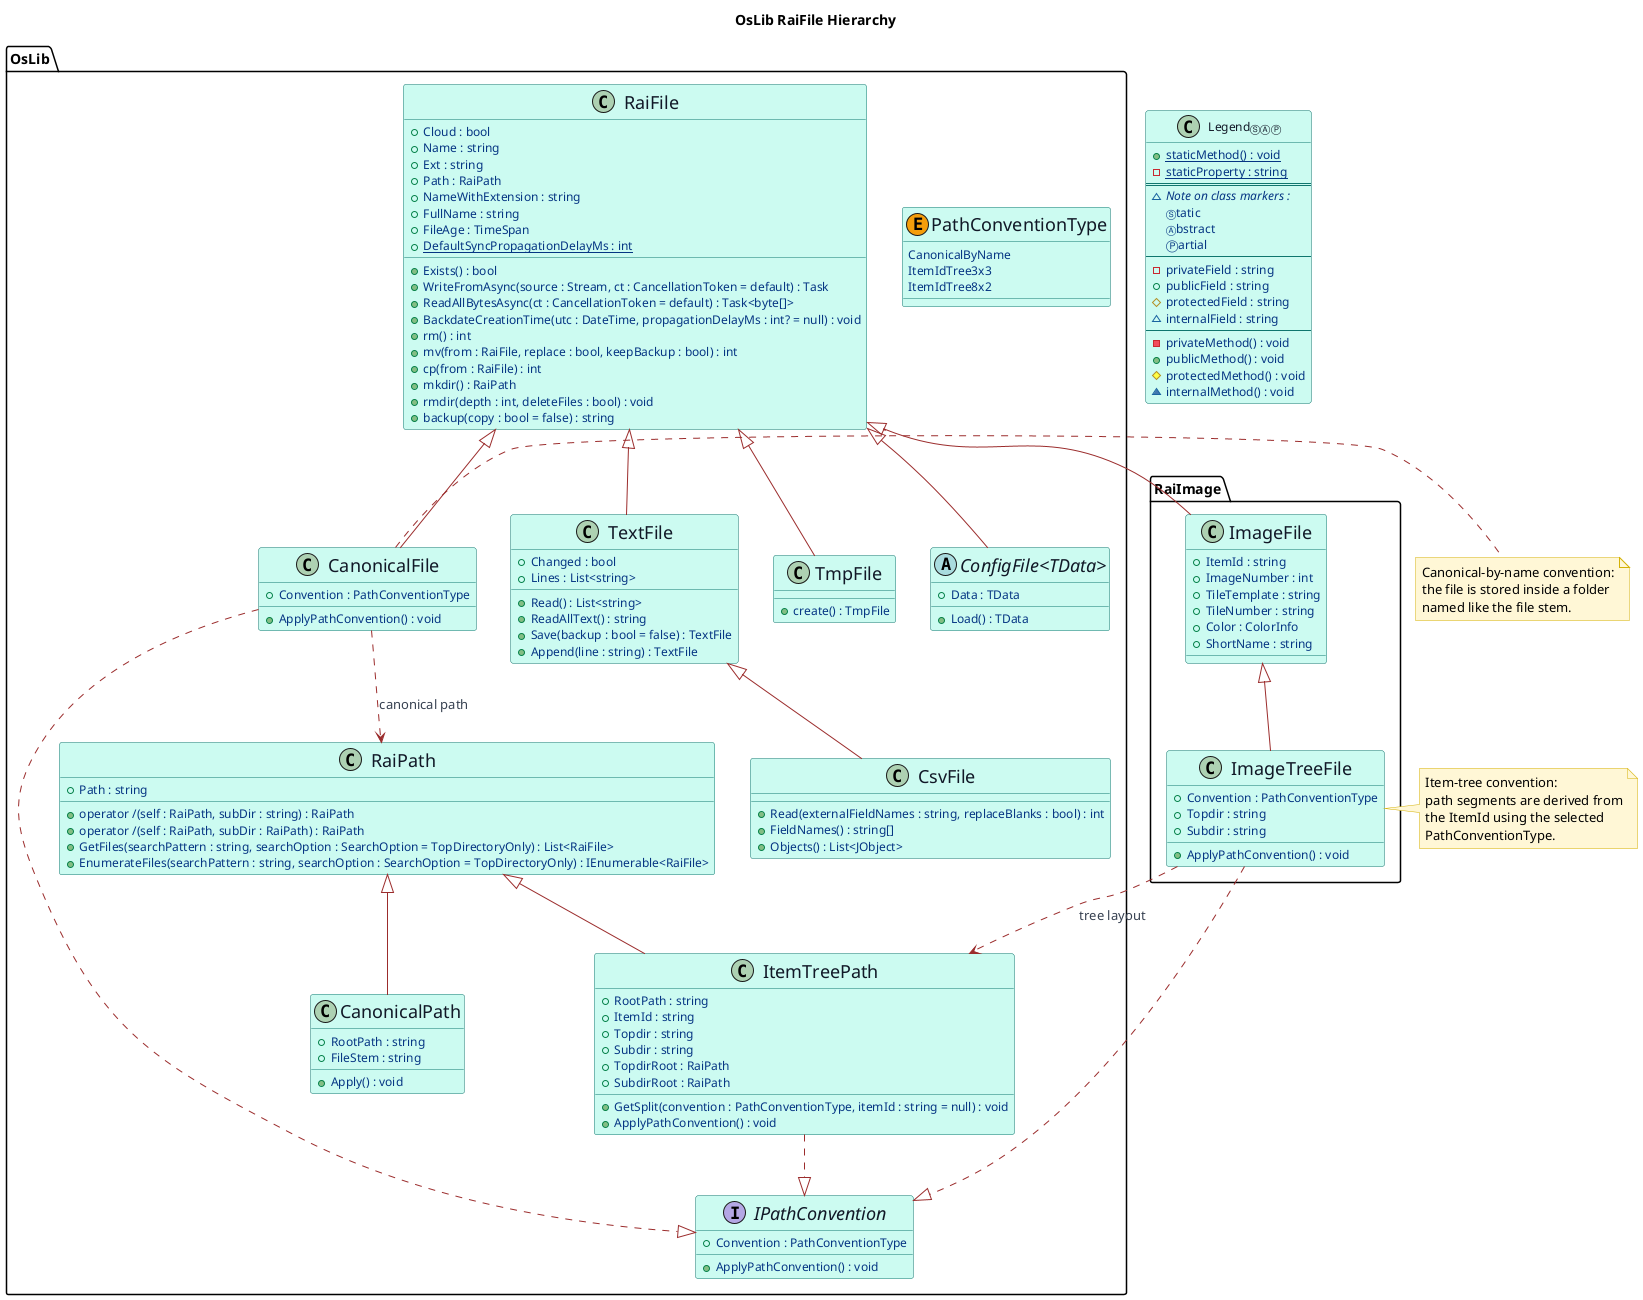
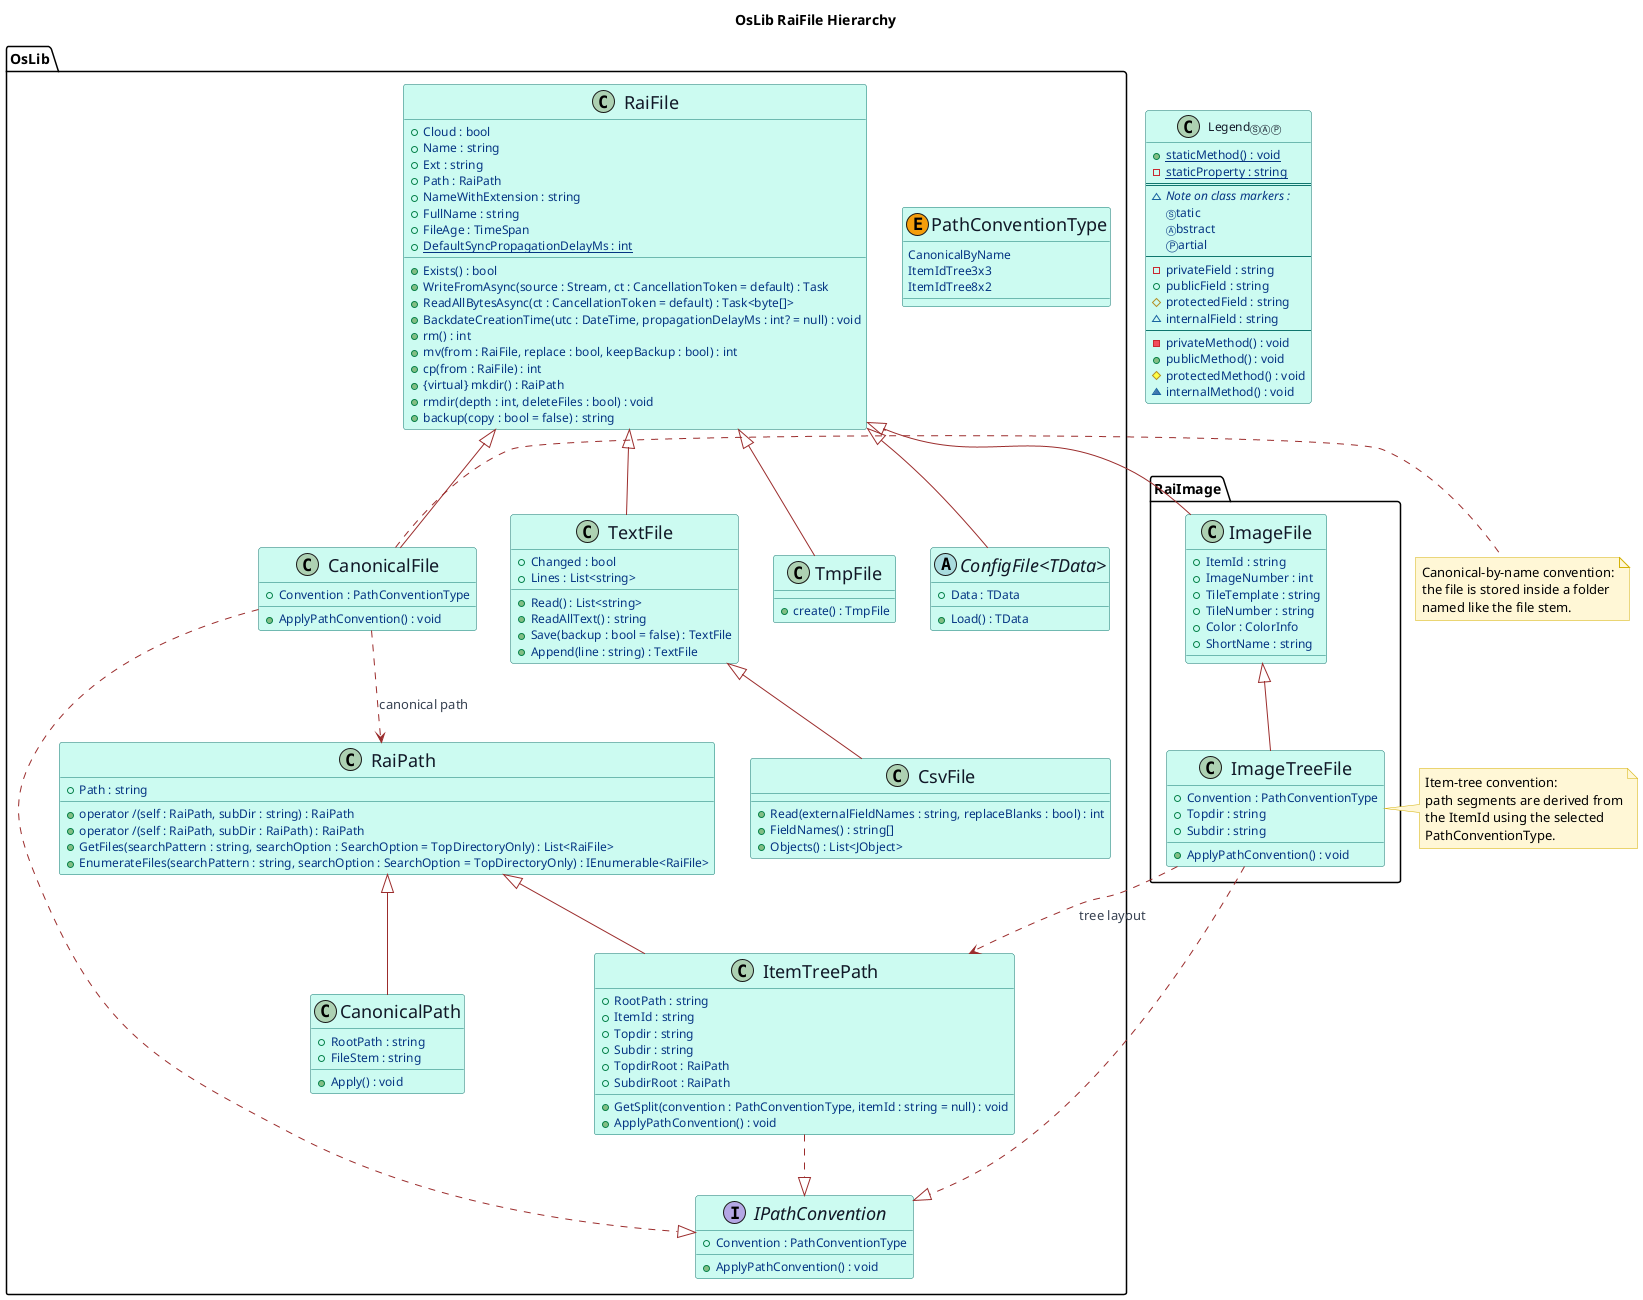
@startuml OsLib-RaiFile-Hierarchy
- ' Release: 3.8.0
+ ' Release: 3.8.1

title OsLib RaiFile Hierarchy

skinparam backgroundColor white
skinparam shadowing false
skinparam DiagramFontName "Casual"
skinparam DiagramFontSize 36
skinparam ClassFontName "Casual"
skinparam ClassFontSize 36
skinparam ClassAttributeIconSize 10
skinparam ClassAttributeFontName Casual
skinparam ClassAttributeFontColor #053583
skinparam ClassAttributeFontWeight normal
skinparam ClassAttributeFontSize 12
skinparam ClassMethodFontName "Casual"
skinparam ClassMethodFontSize 12
skinparam ClassMethodFontWeight 500
skinparam ClassAttributeFontStyle normal
skinparam ClassBorderColor #0f766e
skinparam ClassBackgroundColor #ccfbf1
skinparam ClassFontColor #111827
skinparam EnumBorderColor #b45309
skinparam EnumBackgroundColor #fef3c7
skinparam EnumFontColor #7c2d12
skinparam NoteBackgroundColor #fff7d6
skinparam NoteBorderColor #d4b106
skinparam ArrowColor #9b2c2c
skinparam ArrowFontColor #374151
skinparam ArrowFontName "Casual"

show fields
show methods

package "OsLib" {
	interface "<size:18>IPathConvention</size>" as IPathConvention {
		+Convention : PathConventionType
		+ApplyPathConvention() : void
	}

	enum "<size:18>PathConventionType</size>" as PathConventionType << (E,#f59e0b) >> {
		CanonicalByName
		ItemIdTree3x3
		ItemIdTree8x2
	}

	class "<size:18>RaiPath</size>" as RaiPath {
		+Path : string
		+operator /(self : RaiPath, subDir : string) : RaiPath
		+operator /(self : RaiPath, subDir : RaiPath) : RaiPath
		+GetFiles(searchPattern : string, searchOption : SearchOption = TopDirectoryOnly) : List<RaiFile>
		+EnumerateFiles(searchPattern : string, searchOption : SearchOption = TopDirectoryOnly) : IEnumerable<RaiFile>
	}

	class "<size:18>CanonicalPath</size>" as CanonicalPath {
		+RootPath : string
		+FileStem : string
		+Apply() : void
	}

	class "<size:18>ItemTreePath</size>" as ItemTreePath {
		+RootPath : string
		+ItemId : string
		+Topdir : string
		+Subdir : string
		+TopdirRoot : RaiPath
		+SubdirRoot : RaiPath
		+GetSplit(convention : PathConventionType, itemId : string = null) : void
		+ApplyPathConvention() : void
	}

	class "<size:18>RaiFile</size>" as RaiFile {
		+Cloud : bool
		+Name : string
		+Ext : string
		+Path : RaiPath
		+NameWithExtension : string
		+FullName : string
		+FileAge : TimeSpan
		+{static} DefaultSyncPropagationDelayMs : int
		+Exists() : bool
		+WriteFromAsync(source : Stream, ct : CancellationToken = default) : Task
		+ReadAllBytesAsync(ct : CancellationToken = default) : Task<byte[]>
		+BackdateCreationTime(utc : DateTime, propagationDelayMs : int? = null) : void
		+rm() : int
		+mv(from : RaiFile, replace : bool, keepBackup : bool) : int
		+cp(from : RaiFile) : int
- 		+mkdir() : RaiPath
+ 		+{virtual} mkdir() : RaiPath
		+rmdir(depth : int, deleteFiles : bool) : void
		+backup(copy : bool = false) : string
	}

	class "<size:18>TextFile</size>" as TextFile {
		+Changed : bool
		+Lines : List<string>
		+Read() : List<string>
		+ReadAllText() : string
		+Save(backup : bool = false) : TextFile
		+Append(line : string) : TextFile
	}

	class "<size:18>CsvFile</size>" as CsvFile {
		+Read(externalFieldNames : string, replaceBlanks : bool) : int
		+FieldNames() : string[]
		+Objects() : List<JObject>
	}

	class "<size:18>TmpFile</size>" as TmpFile {
		+create() : TmpFile
	}

	class "<size:18>CanonicalFile</size>" as CanonicalFile {
		+Convention : PathConventionType
		+ApplyPathConvention() : void
	}

	abstract class "<size:18>ConfigFile<TData></size>" as ConfigFile {
		+Data : TData
		+Load() : TData
	}
}

package "RaiImage" {
	class "<size:18>ImageFile</size>" as ImageFile {
		+ItemId : string
		+ImageNumber : int
		+TileTemplate : string
		+TileNumber : string
		+Color : ColorInfo
		+ShortName : string
	}

	class "<size:18>ImageTreeFile</size>" as ImageTreeFile {
		+Convention : PathConventionType
		+Topdir : string
		+Subdir : string
		+ApplyPathConvention() : void
	}
}

CanonicalFile ..|> IPathConvention
ImageTreeFile ..|> IPathConvention
ItemTreePath ..|> IPathConvention

RaiPath <|-- CanonicalPath
RaiPath <|-- ItemTreePath

RaiFile <|-- TextFile
TextFile <|-- CsvFile
RaiFile <|-- TmpFile
RaiFile <|-- CanonicalFile
RaiFile <|-- ConfigFile
RaiFile <|-- ImageFile
ImageFile <|-- ImageTreeFile

CanonicalFile ..> RaiPath : canonical path
ImageTreeFile ..> ItemTreePath : tree layout

class "Legend<size:10>ⓈⒶⓅ</size>" as LegendSample {
	+{static} staticMethod() : void
	-{static} staticProperty : string
	==
	~<i>Note on class markers :</i>
	<size:10>Ⓢ</size>tatic
	<size:10>Ⓐ</size>bstract
	Ⓟartial
	--
	- privateField : string
	+ publicField : string
	# protectedField : string
	~ internalField : string
	--
	- privateMethod() : void
	+ publicMethod() : void
	# protectedMethod() : void
	~ internalMethod() : void
}

note right of CanonicalFile
	Canonical-by-name convention:
	the file is stored inside a folder
	named like the file stem.
end note

note right of ImageTreeFile
	Item-tree convention:
	path segments are derived from
	the ItemId using the selected
	PathConventionType.
end note

@enduml
